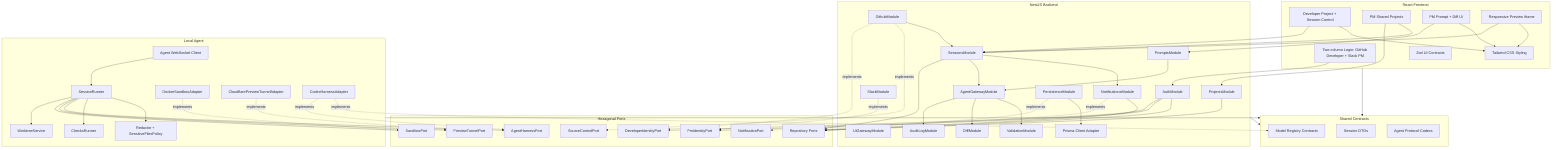
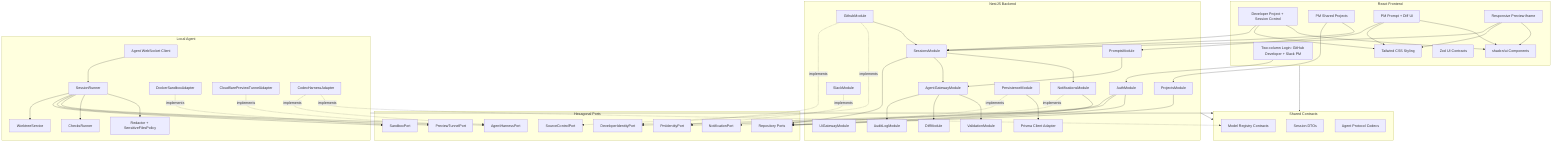
flowchart TB
  subgraph Frontend[React Frontend]
    LoginUI[Two-column Login: GitHub Developer + Slack PM]
    DevUI[Developer Project + Session Control]
    PmProjectsUI[PM Shared Projects]
    PmUI[PM Prompt + Diff UI]
    PreviewUI[Responsive Preview iframe]
    Tailwind[Tailwind CSS Styling]
+     Shadcn[shadcn/ui Components]
    UiContracts[Zod UI Contracts]
  end

  subgraph Backend[NestJS Backend]
    Auth[AuthModule]
    Slack[SlackModule]
    Projects[ProjectsModule]
    Sessions[SessionsModule]
    Prompts[PromptsModule]
    AgentGw[AgentGatewayModule]
    UiGw[UiGatewayModule]
    Diff[DiffModule]
    Validation[ValidationModule]
    Github[GithubModule]
    Notifications[NotificationsModule]
    Audit[AuditLogModule]
    Persistence[PersistenceModule]
    Prisma[Prisma Client Adapter]
  end

  subgraph Ports[Hexagonal Ports]
    DevIdentityPort[DeveloperIdentityPort]
    PmIdentityPort[PmIdentityPort]
    SourceControlPort[SourceControlPort]
    NotificationPort[NotificationPort]
    RepositoryPorts[Repository Ports]
    AgentHarnessPort[AgentHarnessPort]
    SandboxPort[SandboxPort]
    TunnelPort[PreviewTunnelPort]
  end

  subgraph Shared[Shared Contracts]
    AgentProtocol[Agent Protocol Codecs]
    SessionContracts[Session DTOs]
    ModelContracts[Model Registry Contracts]
  end

  subgraph Agent[Local Agent]
    AgentClient[Agent WebSocket Client]
    Runner[SessionRunner]
    Worktree[WorktreeService]
    Docker[DockerSandboxAdapter]
    Tunnel[CloudflarePreviewTunnelAdapter]
    Codex[CodexHarnessAdapter]
    Checks[ChecksRunner]
    Redactor[Redactor + SensitiveFilesPolicy]
  end

  Frontend --> Shared
  Backend --> Shared
  Agent --> Shared

  DevUI --> Sessions
  PmProjectsUI --> Projects
  PmProjectsUI --> Sessions
  PmUI --> Prompts
  PreviewUI --> Sessions
  LoginUI --> Auth
  DevUI --> Tailwind
+   DevUI --> Shadcn
  PmUI --> Tailwind
+   PmUI --> Shadcn
  PreviewUI --> Tailwind
+   PreviewUI --> Shadcn

  Auth --> DevIdentityPort
  Auth --> PmIdentityPort
  Slack -.implements.-> PmIdentityPort
  Github -.implements.-> DevIdentityPort
  Github -.implements.-> SourceControlPort
  Notifications -.implements.-> NotificationPort
  Sessions --> RepositoryPorts
  Projects --> RepositoryPorts
  Auth --> RepositoryPorts
  Persistence -.implements.-> RepositoryPorts
  Persistence --> Prisma
  Sessions --> AgentGw
  Prompts --> AgentGw
  AgentGw --> Audit
  AgentGw --> Diff
  AgentGw --> Validation
  Github --> Sessions
  Sessions --> Notifications
  Notifications --> RepositoryPorts

  AgentClient --> Runner
  Runner --> Worktree
  Runner --> SandboxPort
  Runner --> TunnelPort
  Runner --> AgentHarnessPort
  Docker -.implements.-> SandboxPort
  Tunnel -.implements.-> TunnelPort
  Codex -.implements.-> AgentHarnessPort
  Runner --> Checks
  Runner --> Redactor

  Codex -.implements.-> ModelContracts
